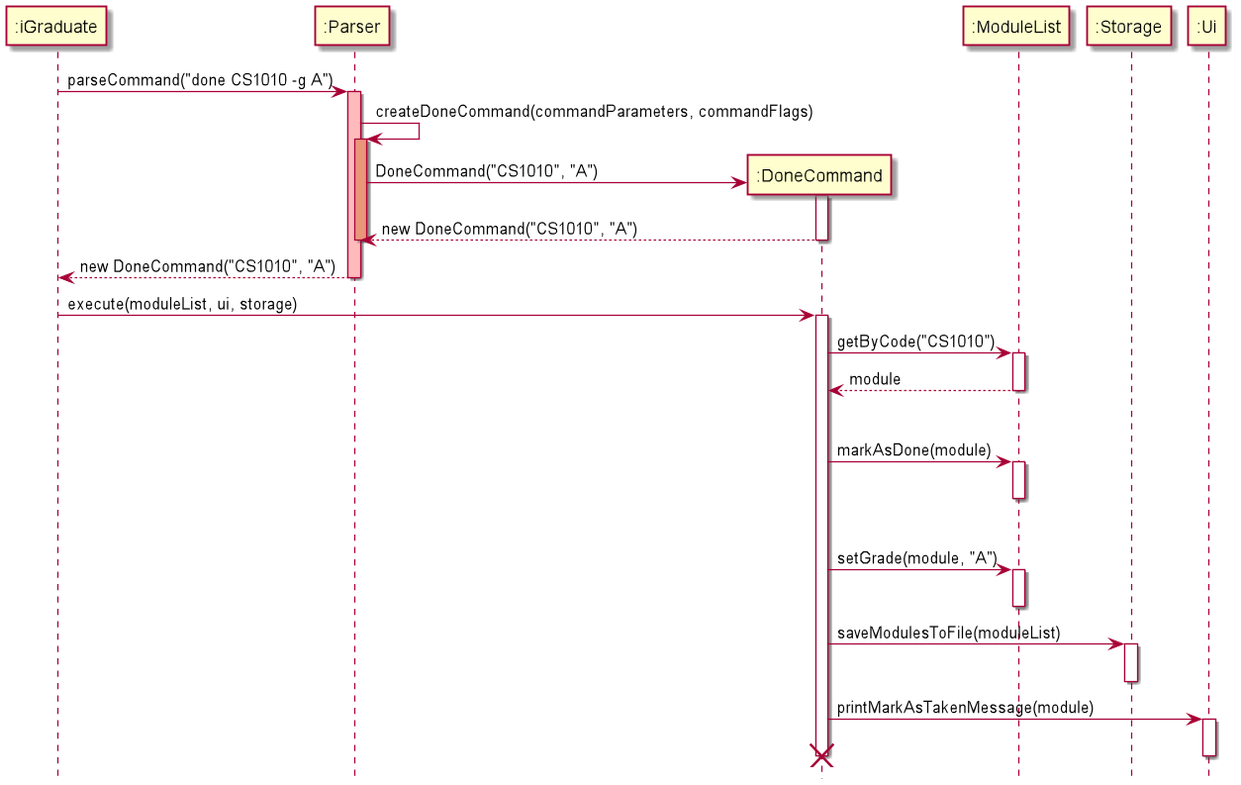
The PlantUML diagram docs/images/DoneCommandSequenceDiagram.png in oscarlai1998/tp, before a commit.
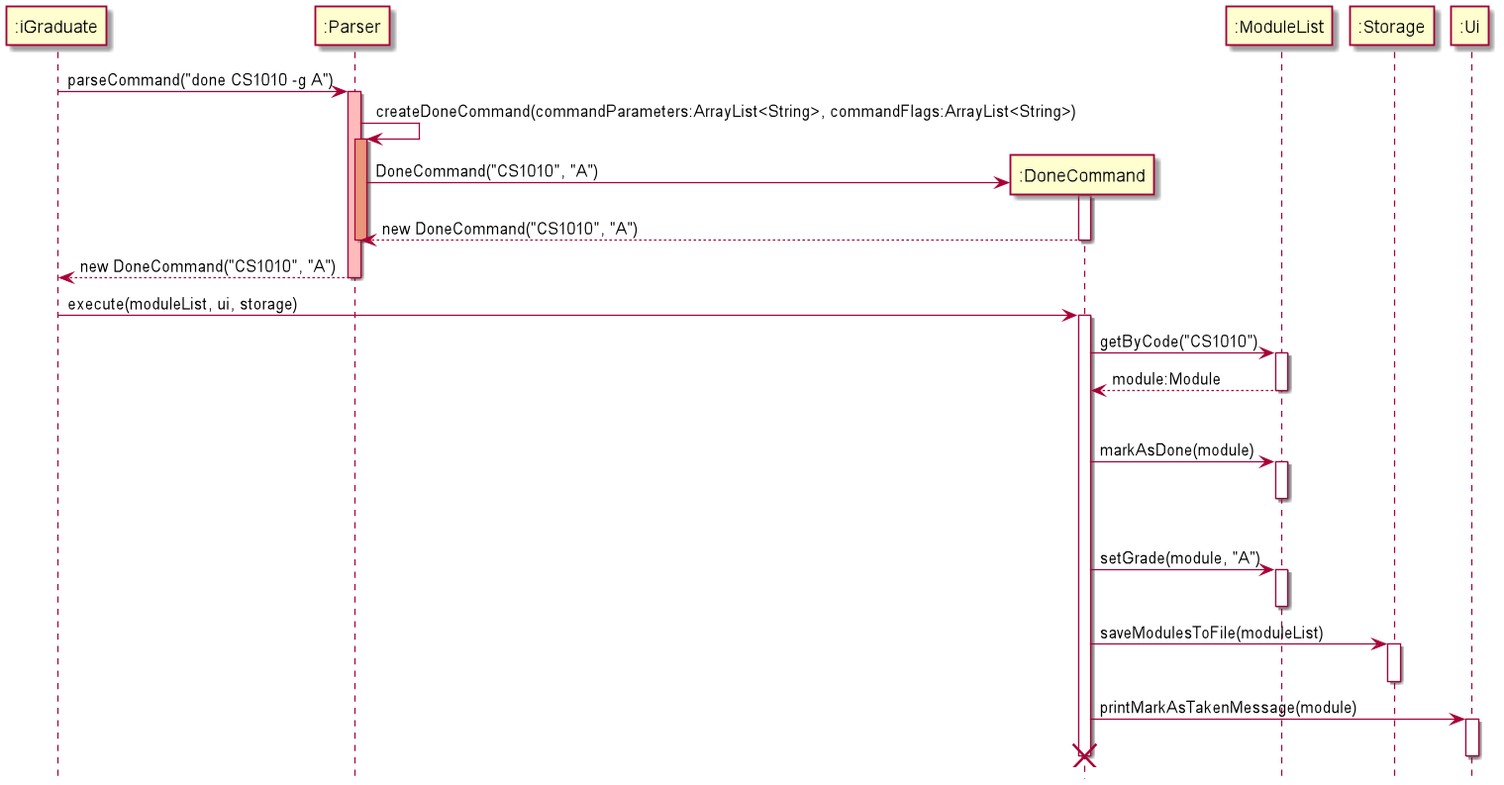
The same file after the commit.

Change to the diagram source:
```diff
@@ -11,7 +11,7 @@
 iGraduate -> Parser: parseCommand("done CS1010 -g A")
 activate Parser #FFBBBB
 
-Parser -> Parser: createDoneCommand(commandParameters, commandFlags)
+Parser -> Parser: createDoneCommand(commandParameters:ArrayList<String>, commandFlags:ArrayList<String>)
 activate Parser #DarkSalmon
 
 create DoneCommand
@@ -29,7 +29,7 @@
 
 DoneCommand -> ModuleList: getByCode("CS1010")
 activate ModuleList
-ModuleList --> DoneCommand: module
+ModuleList --> DoneCommand: module:Module
 deactivate ModuleList
 
 ModuleList -[hidden]-> ModuleList
```
